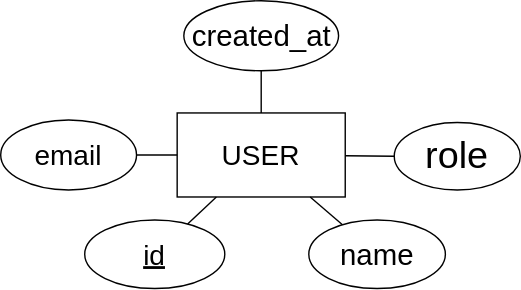
The draw.io diagram img/DB-diagrams/User.drawio.svg in isel-remote-lab/documentation, before a commit. Source tidied: cells renumbered, new cells last; positions are measured from the earlier drawing's top-left corner, leaving out a move shared by most shapes.
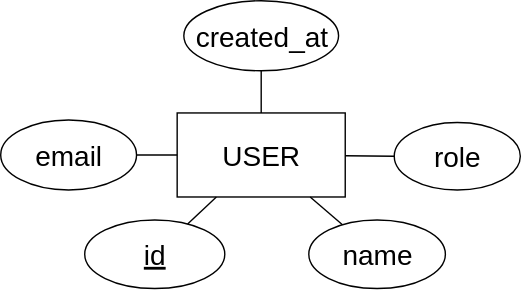
Above is the later version.

Diff of the diagram source:
```diff
@@ -20,16 +20,16 @@
     <mxCell id="7" style="endArrow=none;html=1;rounded=0;" parent="1" edge="1" source="6" target="2">
       <mxGeometry relative="1" as="geometry" />
     </mxCell>
-    <mxCell id="8" value="&lt;span&gt;name&lt;/span&gt;" style="ellipse;whiteSpace=wrap;html=1;fontStyle=0;fontSize=21;" parent="1" vertex="1">
+    <mxCell id="8" value="&lt;span&gt;name&lt;/span&gt;" style="ellipse;whiteSpace=wrap;html=1;fontStyle=0;fontSize=20;" parent="1" vertex="1">
       <mxGeometry x="220" y="156.5" width="97.5" height="49" as="geometry" />
     </mxCell>
-    <mxCell id="9" value="created_at" style="ellipse;whiteSpace=wrap;html=1;fontStyle=0;fontSize=21;" parent="1" vertex="1">
+    <mxCell id="9" value="created_at" style="ellipse;whiteSpace=wrap;html=1;fontStyle=0;fontSize=20;" parent="1" vertex="1">
       <mxGeometry x="130.8" width="110.5" height="50" as="geometry" />
     </mxCell>
     <mxCell id="10" style="endArrow=none;html=1;rounded=0;" parent="1" edge="1" source="9" target="2">
       <mxGeometry relative="1" as="geometry" />
     </mxCell>
-    <mxCell id="11" value="role" style="ellipse;whiteSpace=wrap;html=1;fontStyle=0;fontSize=27;" parent="1" vertex="1">
+    <mxCell id="11" value="role" style="ellipse;whiteSpace=wrap;html=1;fontStyle=0;fontSize=20;" parent="1" vertex="1">
       <mxGeometry x="281" y="87" width="90" height="48.2" as="geometry" />
     </mxCell>
     <mxCell id="12" style="endArrow=none;html=1;" parent="1" edge="1" source="2" target="11">
```
